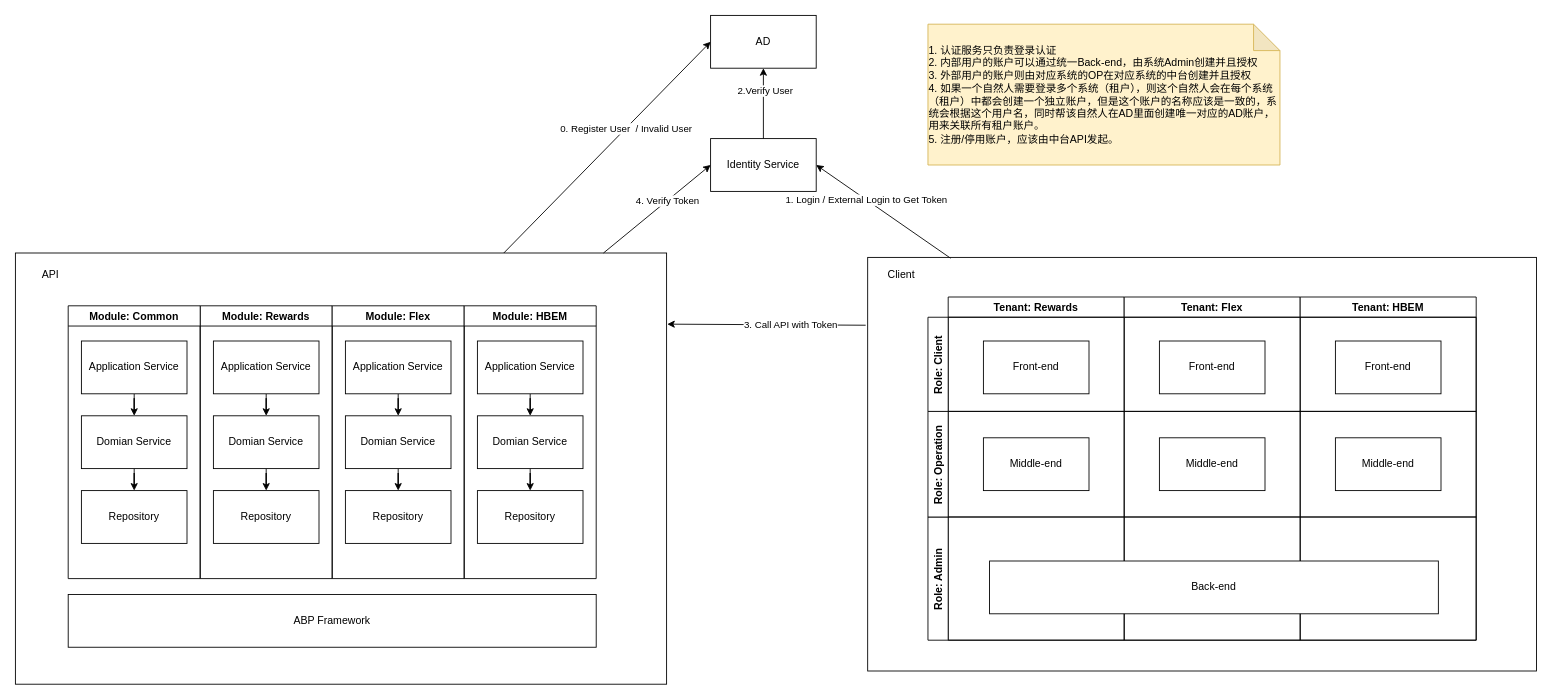
dellexquan/transfer keeps this draw.io diagram as page "Overall" (1 of 7) of ids.drawio. Above is the earlier version. Source tidied: cells renumbered, new cells numbered last; positions are measured from the earlier drawing's top-left corner, leaving out a move shared by most shapes. Both pictures are drawn from the tidied source at 88%, with x=0, y=0 at pixel (15, 15).
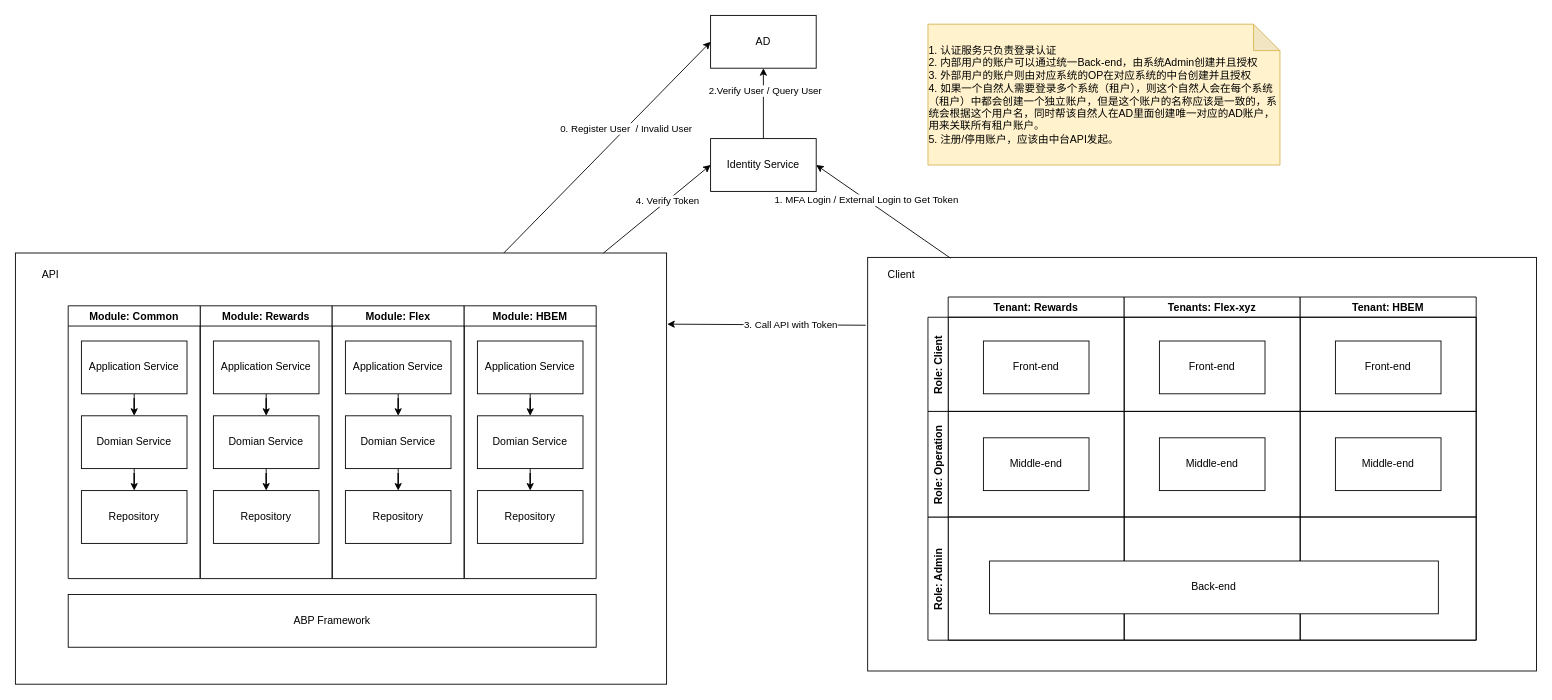
The same page after the edit.

The change refers to these unchanged cells:
```xml
<mxCell id="46" style="endArrow=classic;startArrow=none;html=1;rounded=0;entryX=0.5;entryY=1;entryDx=0;entryDy=0;startFill=0;" parent="1" edge="1" source="4" target="45">
  <mxGeometry relative="1" as="geometry" />
</mxCell>
<mxCell id="50" style="endArrow=classic;startArrow=none;html=1;rounded=0;entryX=1;entryY=0.5;entryDx=0;entryDy=0;exitX=0.124;exitY=0.002;exitDx=0;exitDy=0;exitPerimeter=0;startFill=0;" parent="1" edge="1" source="3" target="4">
  <mxGeometry relative="1" as="geometry" />
</mxCell>
```

Change to the diagram source:
```diff
@@
-    <mxCell id="8" value="Tenant: Flex" style="swimlane;" parent="1" vertex="1">
+    <mxCell id="8" value="Tenants: Flex-xyz" style="swimlane;" parent="1" vertex="1">
       <mxGeometry x="1260" y="320" width="200" height="390" as="geometry" />
     </mxCell>
@@
-    <mxCell id="47" value="2.Verify User" style="edgeLabel;html=1;align=center;verticalAlign=middle;" parent="46" vertex="1">
+    <mxCell id="47" value="2.Verify User / Query User" style="edgeLabel;html=1;align=center;verticalAlign=middle;" parent="46" vertex="1">
       <mxGeometry x="0.38" y="-1" relative="1" as="geometry" />
     </mxCell>
@@
-    <mxCell id="51" value="1. Login / External Login to Get Token" style="edgeLabel;html=1;align=center;verticalAlign=middle;" parent="50" vertex="1">
+    <mxCell id="51" value="1. MFA Login / External Login to Get Token" style="edgeLabel;html=1;align=center;verticalAlign=middle;" parent="50" vertex="1">
       <mxGeometry x="0.26" relative="1" as="geometry" />
     </mxCell>
```
